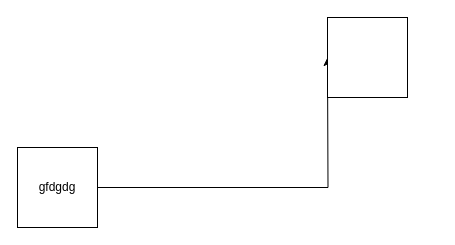
Before: Untitled Diagram.drawio in sarabindup/Quality-Certificate-Automation, a draw.io diagram. Source tidied: cells renumbered, new cells numbered last; positions are measured from the earlier drawing's top-left corner, leaving out a move shared by most shapes. Both pictures are drawn from the tidied source at 100%, with x=0, y=0 at pixel (17, 17).
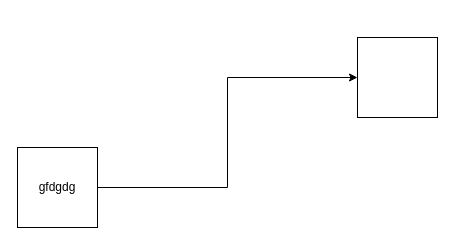
After the change.

What changed in the source:
```diff
@@
 <mxGraphModel>
   <root>
     <mxCell id="0" />
     <mxCell id="1" parent="0" />
-    <mxCell id="2" style="edgeStyle=orthogonalEdgeStyle;rounded=0;jettySize=auto;html=1;" parent="1" edge="1" source="3">
-      <mxGeometry relative="1" as="geometry">
-        <mxPoint x="310" y="40" as="targetPoint" />
-      </mxGeometry>
+    <mxCell id="2" style="edgeStyle=orthogonalEdgeStyle;rounded=0;jettySize=auto;html=1;entryX=0;entryY=0.5;entryDx=0;entryDy=0;" parent="1" edge="1" source="3" target="4">
+      <mxGeometry relative="1" as="geometry" />
     </mxCell>
     <mxCell id="3" value="gfdgdg" style="whiteSpace=wrap;html=1;" parent="1" vertex="1">
       <mxGeometry y="130" width="80" height="80" as="geometry" />
     </mxCell>
     <mxCell id="4" style="whiteSpace=wrap;html=1;" parent="1" vertex="1">
-      <mxGeometry x="310" width="80" height="80" as="geometry" />
+      <mxGeometry x="340" y="20" width="80" height="80" as="geometry" />
     </mxCell>
   </root>
 </mxGraphModel>
```
